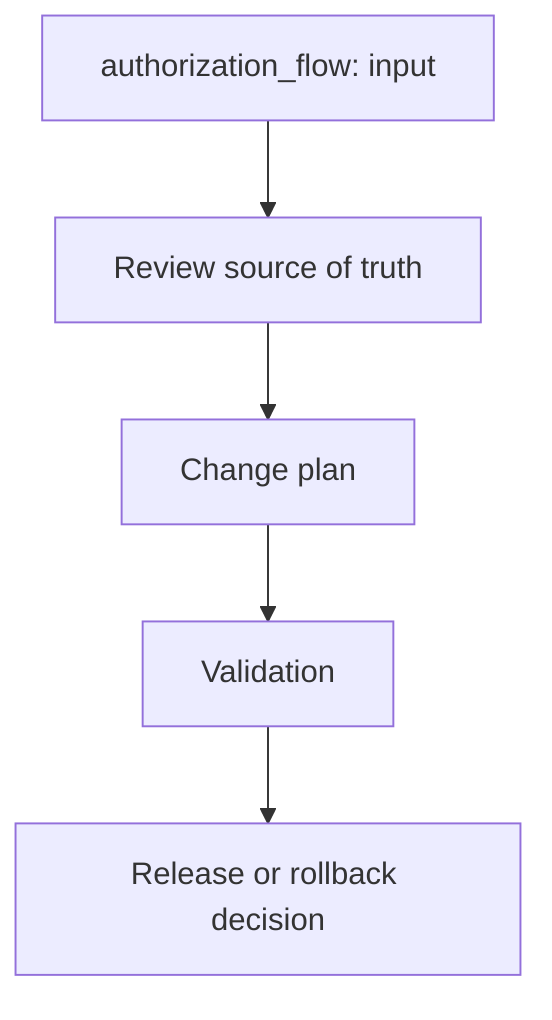
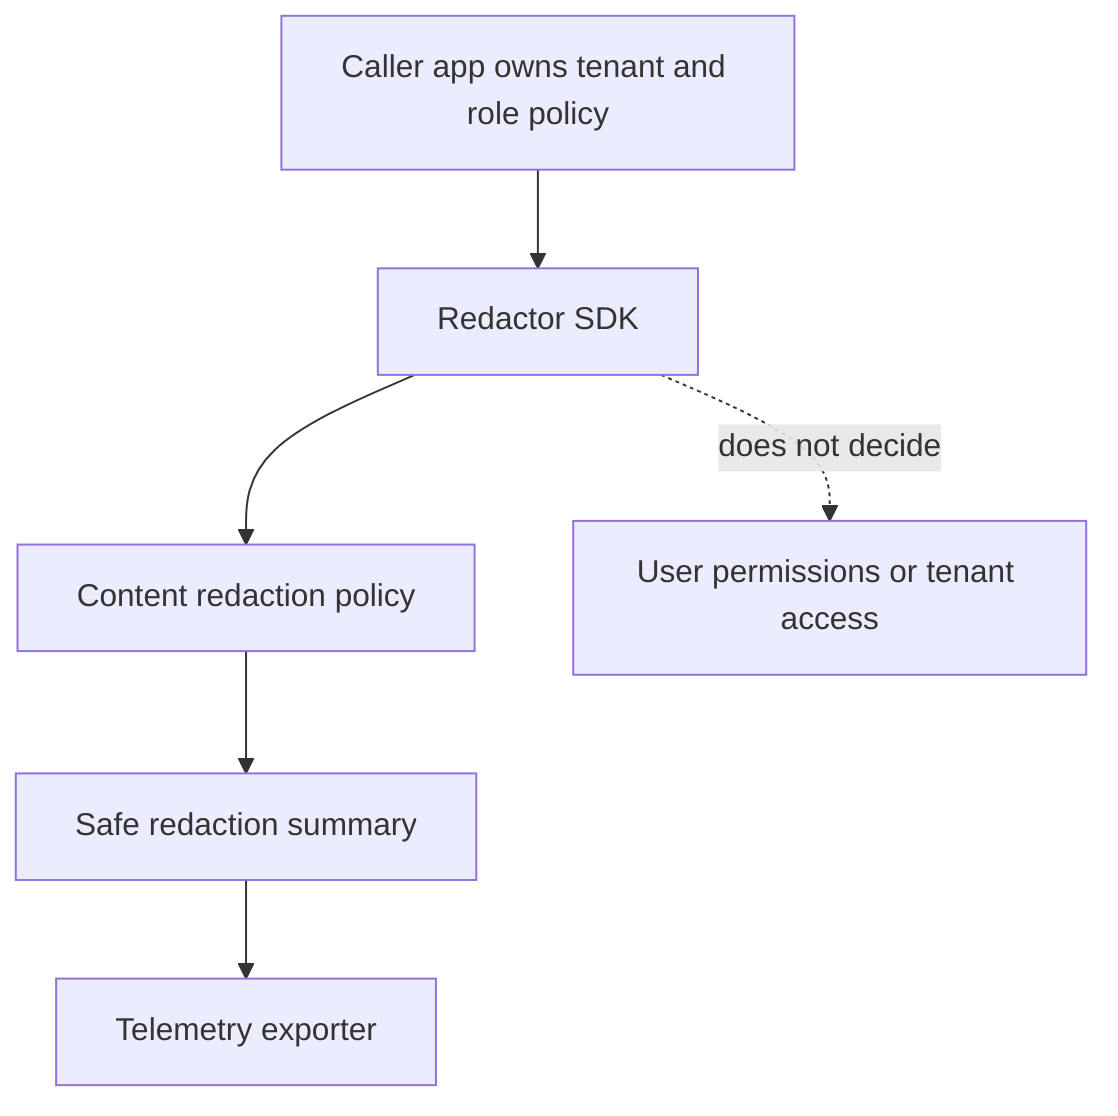
flowchart TD
-   A["authorization_flow: input"] --> B["Review source of truth"]
-   B --> C["Change plan"]
-   C --> D["Validation"]
-   D --> E["Release or rollback decision"]
+   App["Caller app owns tenant and role policy"] --> Redactor["Redactor SDK"]
+   Redactor --> Policy["Content redaction policy"]
+   Policy --> Summary["Safe redaction summary"]
+   Summary --> Telemetry["Telemetry exporter"]
+   Redactor -. "does not decide" .-> Authz["User permissions or tenant access"]
